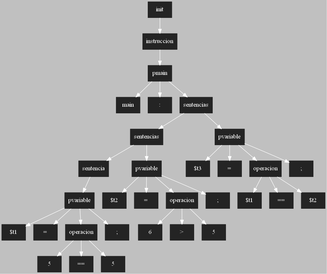
AndreeAvalos/OLC2-AUGUS keeps this Graphviz diagram as ASPAscendente.png. Above is the earlier version. Its source is kept beside it as ASPAscendente.dot.
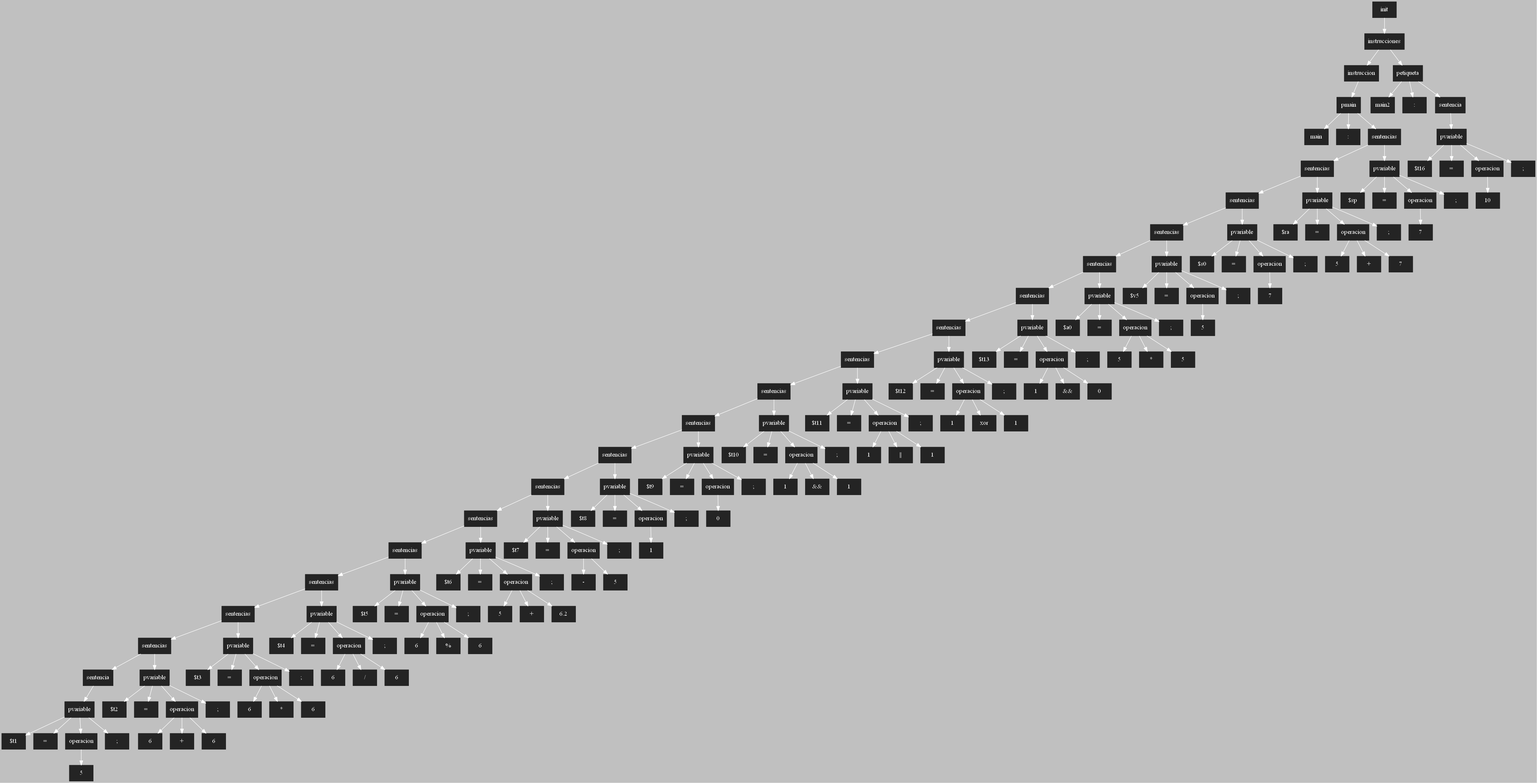
Above is the later version.

Diff of the diagram source:
```diff
@@ -3,68 +3,334 @@
  [shape=box, style=filled, color=gray14]
  rankdir=UD
  edge[color=white, dir=fordware]
-32[style = "filled" ; label = "init"]
-31[style = "filled" ; label = "instruccion"]
-28[style = "filled" ; label = "pmain"]
-29[style = "filled" ; label = "main"]
-30[style = "filled" ; label = ":"]
-27[style = "filled" ; label = "sentencias"]
-18[style = "filled" ; label = "sentencias"]
-9[style = "filled" ; label = "sentencia"]
-5[style = "filled" ; label = "pvariable"]
-6[style = "filled" ; label = "$t1"]
-7[style = "filled" ; label = "="]
-3[style = "filled" ; label = "operacion"]
+165[style = "filled" ; label = "init"]
+164[style = "filled" ; label = "instrucciones"]
+153[style = "filled" ; label = "instruccion"]
+150[style = "filled" ; label = "pmain"]
+151[style = "filled" ; label = "main"]
+152[style = "filled" ; label = ":"]
+149[style = "filled" ; label = "sentencias"]
+142[style = "filled" ; label = "sentencias"]
+133[style = "filled" ; label = "sentencias"]
+126[style = "filled" ; label = "sentencias"]
+119[style = "filled" ; label = "sentencias"]
+110[style = "filled" ; label = "sentencias"]
+101[style = "filled" ; label = "sentencias"]
+92[style = "filled" ; label = "sentencias"]
+83[style = "filled" ; label = "sentencias"]
+74[style = "filled" ; label = "sentencias"]
+67[style = "filled" ; label = "sentencias"]
+60[style = "filled" ; label = "sentencias"]
+52[style = "filled" ; label = "sentencias"]
+43[style = "filled" ; label = "sentencias"]
+34[style = "filled" ; label = "sentencias"]
+25[style = "filled" ; label = "sentencias"]
+16[style = "filled" ; label = "sentencias"]
+7[style = "filled" ; label = "sentencia"]
+3[style = "filled" ; label = "pvariable"]
+4[style = "filled" ; label = "$t1"]
+5[style = "filled" ; label = "="]
+2[style = "filled" ; label = "operacion"]
 1[style = "filled" ; label = "5"]
-4[style = "filled" ; label = "=="]
-2[style = "filled" ; label = "5"]
-8[style = "filled" ; label = ";"]
-14[style = "filled" ; label = "pvariable"]
-15[style = "filled" ; label = "$t2"]
-16[style = "filled" ; label = "="]
-12[style = "filled" ; label = "operacion"]
-10[style = "filled" ; label = "6"]
-13[style = "filled" ; label = ">"]
-11[style = "filled" ; label = "5"]
-17[style = "filled" ; label = ";"]
-23[style = "filled" ; label = "pvariable"]
-24[style = "filled" ; label = "$t3"]
-25[style = "filled" ; label = "="]
-21[style = "filled" ; label = "operacion"]
-19[style = "filled" ; label = "$t1"]
-22[style = "filled" ; label = "=="]
-20[style = "filled" ; label = "$t2"]
-26[style = "filled" ; label = ";"]
-32->31;
-31->28;
+6[style = "filled" ; label = ";"]
+12[style = "filled" ; label = "pvariable"]
+13[style = "filled" ; label = "$t2"]
+14[style = "filled" ; label = "="]
+10[style = "filled" ; label = "operacion"]
+8[style = "filled" ; label = "6"]
+11[style = "filled" ; label = "+"]
+9[style = "filled" ; label = "6"]
+15[style = "filled" ; label = ";"]
+21[style = "filled" ; label = "pvariable"]
+22[style = "filled" ; label = "$t3"]
+23[style = "filled" ; label = "="]
+19[style = "filled" ; label = "operacion"]
+17[style = "filled" ; label = "6"]
+20[style = "filled" ; label = "*"]
+18[style = "filled" ; label = "6"]
+24[style = "filled" ; label = ";"]
+30[style = "filled" ; label = "pvariable"]
+31[style = "filled" ; label = "$t4"]
+32[style = "filled" ; label = "="]
+28[style = "filled" ; label = "operacion"]
+26[style = "filled" ; label = "6"]
+29[style = "filled" ; label = "/"]
+27[style = "filled" ; label = "6"]
+33[style = "filled" ; label = ";"]
+39[style = "filled" ; label = "pvariable"]
+40[style = "filled" ; label = "$t5"]
+41[style = "filled" ; label = "="]
+37[style = "filled" ; label = "operacion"]
+35[style = "filled" ; label = "6"]
+38[style = "filled" ; label = "%"]
+36[style = "filled" ; label = "6"]
+42[style = "filled" ; label = ";"]
+48[style = "filled" ; label = "pvariable"]
+49[style = "filled" ; label = "$t6"]
+50[style = "filled" ; label = "="]
+46[style = "filled" ; label = "operacion"]
+44[style = "filled" ; label = "5"]
+47[style = "filled" ; label = "+"]
+45[style = "filled" ; label = "6.2"]
+51[style = "filled" ; label = ";"]
+56[style = "filled" ; label = "pvariable"]
+57[style = "filled" ; label = "$t7"]
+58[style = "filled" ; label = "="]
+54[style = "filled" ; label = "operacion"]
+55[style = "filled" ; label = "-"]
+53[style = "filled" ; label = "5"]
+59[style = "filled" ; label = ";"]
+63[style = "filled" ; label = "pvariable"]
+64[style = "filled" ; label = "$t8"]
+65[style = "filled" ; label = "="]
+62[style = "filled" ; label = "operacion"]
+61[style = "filled" ; label = "1"]
+66[style = "filled" ; label = ";"]
+70[style = "filled" ; label = "pvariable"]
+71[style = "filled" ; label = "$t9"]
+72[style = "filled" ; label = "="]
+69[style = "filled" ; label = "operacion"]
+68[style = "filled" ; label = "0"]
+73[style = "filled" ; label = ";"]
+79[style = "filled" ; label = "pvariable"]
+80[style = "filled" ; label = "$t10"]
+81[style = "filled" ; label = "="]
+77[style = "filled" ; label = "operacion"]
+75[style = "filled" ; label = "1"]
+78[style = "filled" ; label = "&&"]
+76[style = "filled" ; label = "1"]
+82[style = "filled" ; label = ";"]
+88[style = "filled" ; label = "pvariable"]
+89[style = "filled" ; label = "$t11"]
+90[style = "filled" ; label = "="]
+86[style = "filled" ; label = "operacion"]
+84[style = "filled" ; label = "1"]
+87[style = "filled" ; label = "||"]
+85[style = "filled" ; label = "1"]
+91[style = "filled" ; label = ";"]
+97[style = "filled" ; label = "pvariable"]
+98[style = "filled" ; label = "$t12"]
+99[style = "filled" ; label = "="]
+95[style = "filled" ; label = "operacion"]
+93[style = "filled" ; label = "1"]
+96[style = "filled" ; label = "xor"]
+94[style = "filled" ; label = "1"]
+100[style = "filled" ; label = ";"]
+106[style = "filled" ; label = "pvariable"]
+107[style = "filled" ; label = "$t13"]
+108[style = "filled" ; label = "="]
+104[style = "filled" ; label = "operacion"]
+102[style = "filled" ; label = "1"]
+105[style = "filled" ; label = "&&"]
+103[style = "filled" ; label = "0"]
+109[style = "filled" ; label = ";"]
+115[style = "filled" ; label = "pvariable"]
+116[style = "filled" ; label = "$a0"]
+117[style = "filled" ; label = "="]
+113[style = "filled" ; label = "operacion"]
+111[style = "filled" ; label = "5"]
+114[style = "filled" ; label = "*"]
+112[style = "filled" ; label = "5"]
+118[style = "filled" ; label = ";"]
+122[style = "filled" ; label = "pvariable"]
+123[style = "filled" ; label = "$v5"]
+124[style = "filled" ; label = "="]
+121[style = "filled" ; label = "operacion"]
+120[style = "filled" ; label = "5"]
+125[style = "filled" ; label = ";"]
+129[style = "filled" ; label = "pvariable"]
+130[style = "filled" ; label = "$s0"]
+131[style = "filled" ; label = "="]
+128[style = "filled" ; label = "operacion"]
+127[style = "filled" ; label = "7"]
+132[style = "filled" ; label = ";"]
+138[style = "filled" ; label = "pvariable"]
+139[style = "filled" ; label = "$ra"]
+140[style = "filled" ; label = "="]
+136[style = "filled" ; label = "operacion"]
+134[style = "filled" ; label = "5"]
+137[style = "filled" ; label = "+"]
+135[style = "filled" ; label = "7"]
+141[style = "filled" ; label = ";"]
+145[style = "filled" ; label = "pvariable"]
+146[style = "filled" ; label = "$sp"]
+147[style = "filled" ; label = "="]
+144[style = "filled" ; label = "operacion"]
+143[style = "filled" ; label = "7"]
+148[style = "filled" ; label = ";"]
+161[style = "filled" ; label = "petiqueta"]
+162[style = "filled" ; label = "main2"]
+163[style = "filled" ; label = ":"]
+160[style = "filled" ; label = "sentencia"]
+156[style = "filled" ; label = "pvariable"]
+157[style = "filled" ; label = "$t16"]
+158[style = "filled" ; label = "="]
+155[style = "filled" ; label = "operacion"]
+154[style = "filled" ; label = "10"]
+159[style = "filled" ; label = ";"]
+165->164;
+164->153;
+153->150;
+150->151;
+150->152;
+150->149;
+149->142;
+142->133;
+133->126;
+126->119;
+119->110;
+110->101;
+101->92;
+92->83;
+83->74;
+74->67;
+67->60;
+60->52;
+52->43;
+43->34;
+34->25;
+25->16;
+16->7;
+7->3;
+3->4;
+3->5;
+3->2;
+2->1;
+3->6;
+16->12;
+12->13;
+12->14;
+12->10;
+10->8;
+10->11;
+10->9;
+12->15;
+25->21;
+21->22;
+21->23;
+21->19;
+19->17;
+19->20;
+19->18;
+21->24;
+34->30;
+30->31;
+30->32;
+30->28;
+28->26;
 28->29;
-28->30;
 28->27;
-27->18;
-18->9;
-9->5;
-5->6;
-5->7;
-5->3;
-3->1;
-3->4;
-3->2;
-5->8;
-18->14;
-14->15;
-14->16;
-14->12;
-12->10;
-12->13;
-12->11;
-14->17;
-27->23;
-23->24;
-23->25;
-23->21;
-21->19;
-21->22;
-21->20;
-23->26;
+30->33;
+43->39;
+39->40;
+39->41;
+39->37;
+37->35;
+37->38;
+37->36;
+39->42;
+52->48;
+48->49;
+48->50;
+48->46;
+46->44;
+46->47;
+46->45;
+48->51;
+60->56;
+56->57;
+56->58;
+56->54;
+54->55;
+54->53;
+56->59;
+67->63;
+63->64;
+63->65;
+63->62;
+62->61;
+63->66;
+74->70;
+70->71;
+70->72;
+70->69;
+69->68;
+70->73;
+83->79;
+79->80;
+79->81;
+79->77;
+77->75;
+77->78;
+77->76;
+79->82;
+92->88;
+88->89;
+88->90;
+88->86;
+86->84;
+86->87;
+86->85;
+88->91;
+101->97;
+97->98;
+97->99;
+97->95;
+95->93;
+95->96;
+95->94;
+97->100;
+110->106;
+106->107;
+106->108;
+106->104;
+104->102;
+104->105;
+104->103;
+106->109;
+119->115;
+115->116;
+115->117;
+115->113;
+113->111;
+113->114;
+113->112;
+115->118;
+126->122;
+122->123;
+122->124;
+122->121;
+121->120;
+122->125;
+133->129;
+129->130;
+129->131;
+129->128;
+128->127;
+129->132;
+142->138;
+138->139;
+138->140;
+138->136;
+136->134;
+136->137;
+136->135;
+138->141;
+149->145;
+145->146;
+145->147;
+145->144;
+144->143;
+145->148;
+164->161;
+161->162;
+161->163;
+161->160;
+160->156;
+156->157;
+156->158;
+156->155;
+155->154;
+156->159;
 
 }
```
